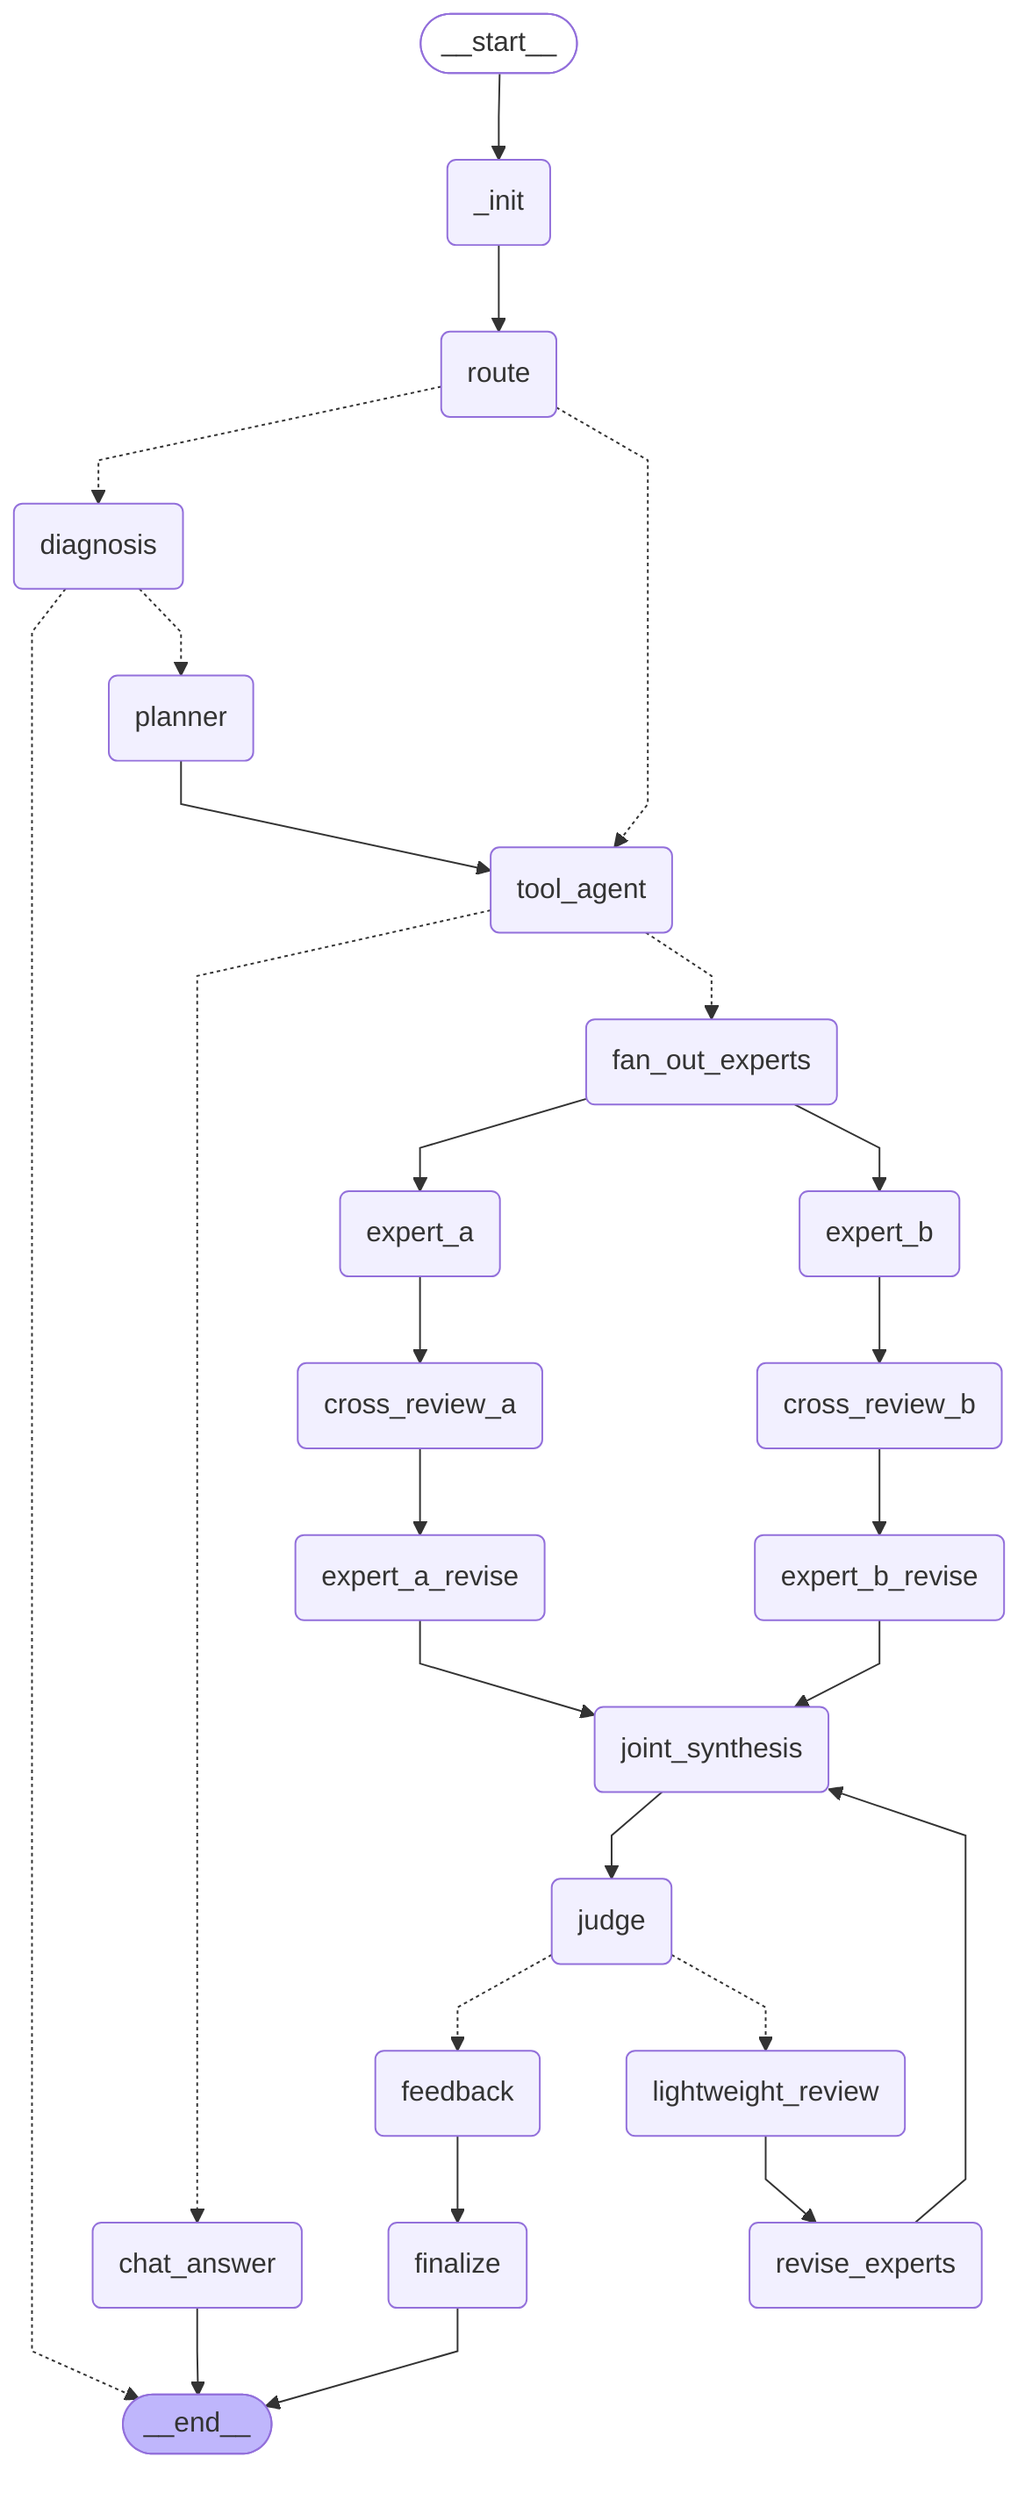
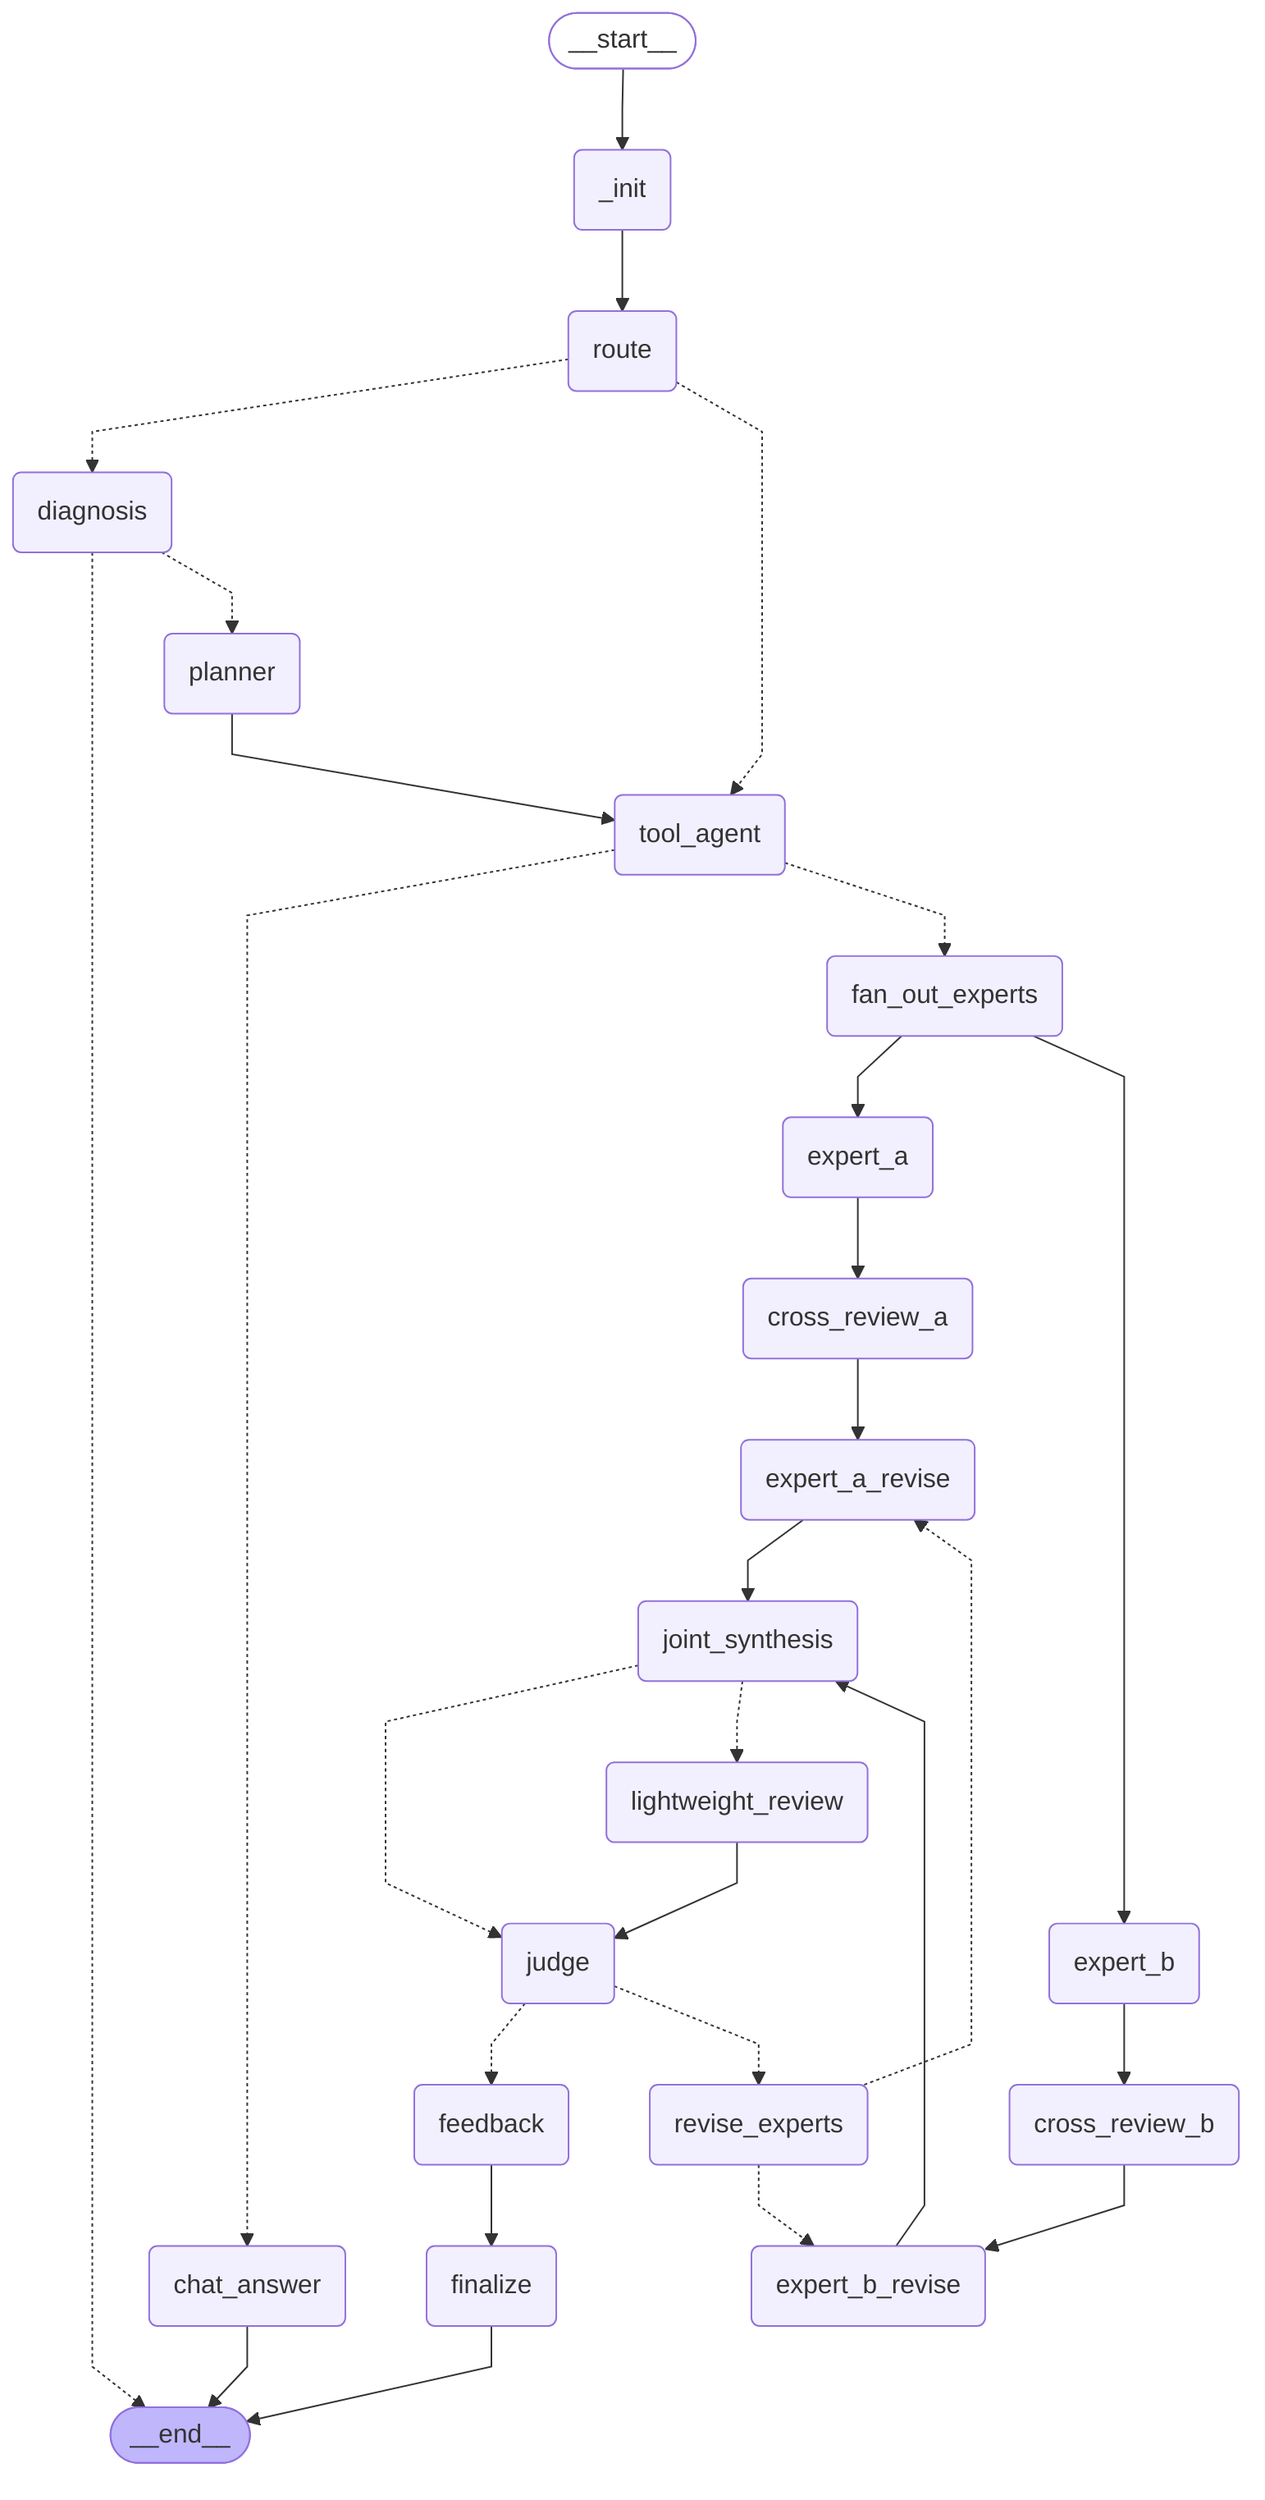
---
config:
  flowchart:
    curve: linear
---
graph TD;
	__start__([<p>__start__</p>]):::first
	_init(_init)
	route(route)
	diagnosis(diagnosis)
	planner(planner)
	tool_agent(tool_agent)
	chat_answer(chat_answer)
	fan_out_experts(fan_out_experts)
	expert_a(expert_a)
	expert_b(expert_b)
	cross_review_a(cross_review_a)
	cross_review_b(cross_review_b)
	expert_a_revise(expert_a_revise)
	expert_b_revise(expert_b_revise)
	joint_synthesis(joint_synthesis)
	judge(judge)
	revise_experts(revise_experts)
	lightweight_review(lightweight_review)
	feedback(feedback)
	finalize(finalize)
	__end__([<p>__end__</p>]):::last
	__start__ --> _init;
	_init --> route;
	cross_review_a --> expert_a_revise;
	cross_review_b --> expert_b_revise;
	diagnosis -.-> __end__;
	diagnosis -.-> planner;
	expert_a --> cross_review_a;
	expert_a_revise --> joint_synthesis;
	expert_b --> cross_review_b;
	expert_b_revise --> joint_synthesis;
	fan_out_experts --> expert_a;
	fan_out_experts --> expert_b;
	feedback --> finalize;
- 	joint_synthesis --> judge;
+ 	joint_synthesis -.-> judge;
+ 	joint_synthesis -.-> lightweight_review;
	judge -.-> feedback;
- 	judge -.-> lightweight_review;
- 	lightweight_review --> revise_experts;
+ 	judge -.-> revise_experts;
+ 	lightweight_review --> judge;
	planner --> tool_agent;
- 	revise_experts --> joint_synthesis;
+ 	revise_experts -.-> expert_a_revise;
+ 	revise_experts -.-> expert_b_revise;
	route -.-> diagnosis;
	route -.-> tool_agent;
	tool_agent -.-> chat_answer;
	tool_agent -.-> fan_out_experts;
	chat_answer --> __end__;
	finalize --> __end__;
	classDef default fill:#f2f0ff,line-height:1.2
	classDef first fill-opacity:0
	classDef last fill:#bfb6fc
